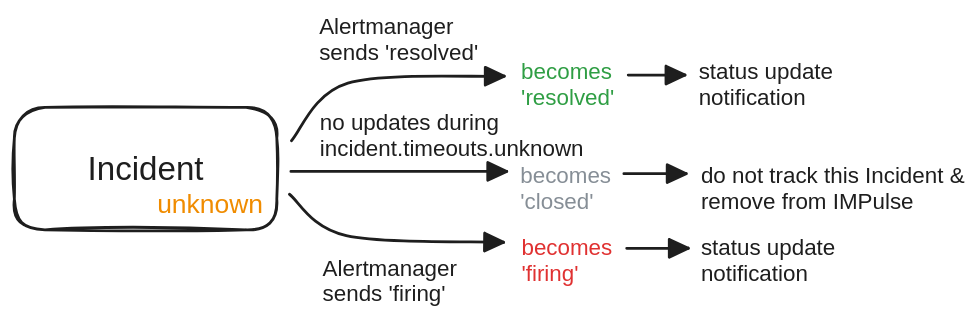
eslupmi/impulse keeps this Excalidraw diagram as docs/content/media/incident_unknown.excalidraw.svg. Above is the earlier version. Source tidied: one line per element, renumbered; positions are measured from the earlier drawing's top-left corner, leaving out a move shared by most shapes. Source of this version:
```json
{"id": 0, "type": "arrow", "strokeColor": "#1e1e1e", "strokeWidth": 2, "roughness": 0, "endArrowhead": "triangle", "round": true, "to": 4, "x": 198, "y": 113, "width": 154, "height": 0, "points": [[0, 0], [154, 0]]}
{"id": 1, "type": "rectangle", "strokeColor": "#1e1e1e", "strokeWidth": 2, "roughness": 1, "round": true, "x": 0, "y": 67, "width": 188, "height": 88}
{"id": 2, "type": "text", "text": "Incident", "strokeColor": "#1e1e1e", "strokeWidth": 2, "roughness": 1, "fontSize": 23.67, "fontFamily": 2, "textAlign": "center", "verticalAlign": "middle", "inside": 1, "x": 52, "y": 97, "width": 83, "height": 27}
{"id": 3, "type": "text", "text": "unknown", "strokeColor": "#f08c00", "strokeWidth": 2, "roughness": 1, "fontSize": 18.92, "fontFamily": 2, "textAlign": "center", "verticalAlign": "middle", "x": 102, "y": 125, "width": 76, "height": 22}
{"id": 4, "type": "text", "text": "becomes\n'closed'", "strokeColor": "#868e96", "strokeWidth": 2, "roughness": 1, "fontSize": 16, "fontFamily": 2, "x": 362, "y": 106, "width": 65, "height": 37}
{"id": 5, "type": "arrow", "strokeColor": "#1e1e1e", "strokeWidth": 2, "roughness": 0, "endArrowhead": "triangle", "round": true, "from": 1, "to": 6, "x": 197, "y": 129, "width": 153, "height": 34, "points": [[0, 0], [41, 30], [153, 34]]}
{"id": 6, "type": "text", "text": "becomes\n'firing'", "strokeColor": "#e03131", "strokeWidth": 2, "roughness": 1, "fontSize": 16, "fontFamily": 2, "x": 363, "y": 158, "width": 65, "height": 37}
{"id": 7, "type": "text", "text": "becomes\n'resolved'", "strokeColor": "#2f9e44", "strokeWidth": 2, "roughness": 1, "fontSize": 16, "fontFamily": 2, "x": 362, "y": 32, "width": 67, "height": 37}
{"id": 8, "type": "text", "text": "status update\nnotification", "strokeColor": "#1e1e1e", "strokeWidth": 2, "roughness": 1, "fontSize": 16, "fontFamily": 2, "x": 489, "y": 32, "width": 96, "height": 37}
{"id": 9, "type": "text", "text": "status update\nnotification", "strokeColor": "#1e1e1e", "strokeWidth": 2, "roughness": 1, "fontSize": 16, "fontFamily": 2, "x": 491, "y": 158, "width": 96, "height": 37}
{"id": 10, "type": "arrow", "strokeColor": "#1e1e1e", "strokeWidth": 2, "roughness": 0, "endArrowhead": "triangle", "round": true, "from": 7, "to": 8, "x": 439, "y": 44, "width": 41, "height": 0, "points": [[0, 0], [41, 0]]}
{"id": 11, "type": "arrow", "strokeColor": "#1e1e1e", "strokeWidth": 2, "roughness": 0, "endArrowhead": "triangle", "round": true, "x": 438, "y": 168, "width": 44, "height": 0, "points": [[0, 0], [44, 0]]}
{"id": 12, "type": "arrow", "strokeColor": "#1e1e1e", "strokeWidth": 2, "roughness": 0, "endArrowhead": "triangle", "round": true, "from": 1, "to": 7, "x": 198, "y": 91, "width": 152, "height": 46, "points": [[0, 0], [40, -41], [152, -46]]}
{"id": 13, "type": "text", "text": "do not track this Incident &\nremove from IMPulse", "strokeColor": "#1e1e1e", "strokeWidth": 2, "roughness": 1, "fontSize": 16, "fontFamily": 2, "x": 491, "y": 106, "width": 189, "height": 37}
{"id": 14, "type": "arrow", "strokeColor": "#1e1e1e", "strokeWidth": 2, "roughness": 0, "endArrowhead": "triangle", "round": true, "from": 4, "to": 13, "x": 436, "y": 114, "width": 45, "height": 0, "points": [[0, 0], [45, 0]]}
{"id": 15, "type": "text", "text": "Alertmanager\nsends 'resolved'", "strokeColor": "#1e1e1e", "strokeWidth": 2, "roughness": 1, "fontSize": 16, "fontFamily": 2, "x": 218, "y": 0, "width": 114, "height": 37}
{"id": 16, "type": "text", "text": "no updates during\nincident.timeouts.unknown", "strokeColor": "#1e1e1e", "strokeWidth": 2, "roughness": 1, "fontSize": 16, "fontFamily": 2, "x": 218, "y": 69, "width": 189, "height": 37}
{"id": 17, "type": "text", "text": "Alertmanager\nsends 'firing'", "strokeColor": "#1e1e1e", "strokeWidth": 2, "roughness": 1, "fontSize": 16, "fontFamily": 2, "x": 220, "y": 173, "width": 96, "height": 37}
```
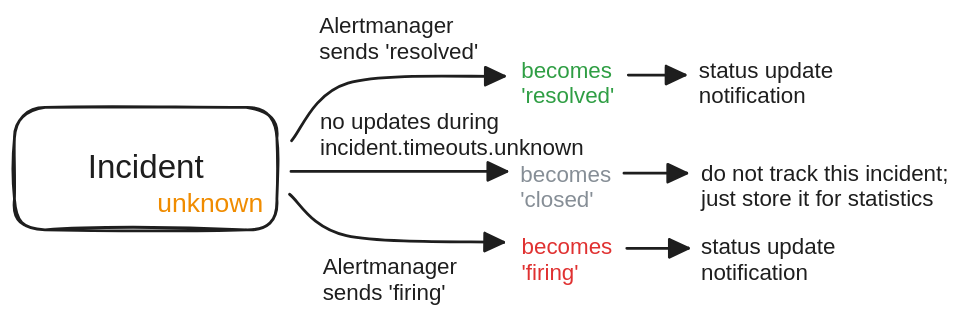
The same diagram one commit later.

The edit, as a diff of the source:
```diff
@@ -11,7 +11,7 @@
 {"id": 10, "type": "arrow", "strokeColor": "#1e1e1e", "strokeWidth": 2, "roughness": 0, "endArrowhead": "triangle", "round": true, "from": 7, "to": 8, "x": 439, "y": 44, "width": 41, "height": 0, "points": [[0, 0], [41, 0]]}
 {"id": 11, "type": "arrow", "strokeColor": "#1e1e1e", "strokeWidth": 2, "roughness": 0, "endArrowhead": "triangle", "round": true, "x": 438, "y": 168, "width": 44, "height": 0, "points": [[0, 0], [44, 0]]}
 {"id": 12, "type": "arrow", "strokeColor": "#1e1e1e", "strokeWidth": 2, "roughness": 0, "endArrowhead": "triangle", "round": true, "from": 1, "to": 7, "x": 198, "y": 91, "width": 152, "height": 46, "points": [[0, 0], [40, -41], [152, -46]]}
-{"id": 13, "type": "text", "text": "do not track this Incident &\nremove from IMPulse", "strokeColor": "#1e1e1e", "strokeWidth": 2, "roughness": 1, "fontSize": 16, "fontFamily": 2, "x": 491, "y": 106, "width": 189, "height": 37}
+{"id": 13, "type": "text", "text": "do not track this incident;\njust store it for statistics", "strokeColor": "#1e1e1e", "strokeWidth": 2, "roughness": 1, "fontSize": 16, "fontFamily": 2, "x": 491, "y": 106, "width": 177, "height": 37}
 {"id": 14, "type": "arrow", "strokeColor": "#1e1e1e", "strokeWidth": 2, "roughness": 0, "endArrowhead": "triangle", "round": true, "from": 4, "to": 13, "x": 436, "y": 114, "width": 45, "height": 0, "points": [[0, 0], [45, 0]]}
 {"id": 15, "type": "text", "text": "Alertmanager\nsends 'resolved'", "strokeColor": "#1e1e1e", "strokeWidth": 2, "roughness": 1, "fontSize": 16, "fontFamily": 2, "x": 218, "y": 0, "width": 114, "height": 37}
 {"id": 16, "type": "text", "text": "no updates during\nincident.timeouts.unknown", "strokeColor": "#1e1e1e", "strokeWidth": 2, "roughness": 1, "fontSize": 16, "fontFamily": 2, "x": 218, "y": 69, "width": 189, "height": 37}
```
